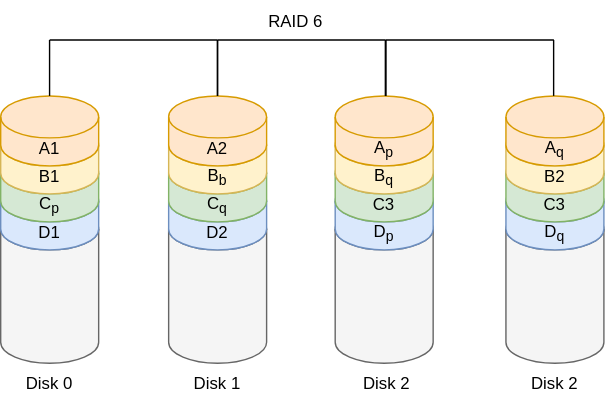
Before: assets/images/hardware/RAID6.svg, a diagram exported from draw.io (ucycg/ucycg.github.io). Source tidied: cells renumbered, new cells last; positions are measured from the earlier drawing's top-left corner, leaving out a move shared by most shapes.
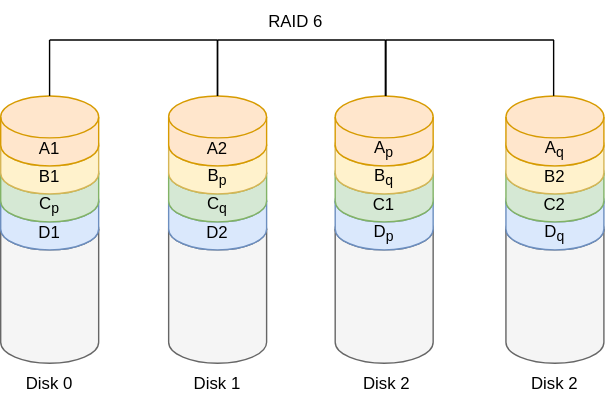
Above is the later version.

Commit message:
Fix RAID documentation: update RAID table and correct RAID5/RAID6 diagrams

What changed in the source:
```diff
@@ -26,7 +26,7 @@
     <mxCell id="9" value="C&lt;sub&gt;q&lt;/sub&gt;" style="shape=cylinder3;whiteSpace=wrap;html=1;boundedLbl=1;backgroundOutline=1;size=15;fillColor=#d5e8d4;strokeColor=#82b366;" parent="1" vertex="1">
       <mxGeometry x="120" y="108" width="70" height="50" as="geometry" />
     </mxCell>
-    <mxCell id="10" value="B&lt;sub&gt;b&lt;/sub&gt;" style="shape=cylinder3;whiteSpace=wrap;html=1;boundedLbl=1;backgroundOutline=1;size=15;fillColor=#fff2cc;strokeColor=#d6b656;" parent="1" vertex="1">
+    <mxCell id="10" value="B&lt;sub&gt;p&lt;/sub&gt;" style="shape=cylinder3;whiteSpace=wrap;html=1;boundedLbl=1;backgroundOutline=1;size=15;fillColor=#fff2cc;strokeColor=#d6b656;" parent="1" vertex="1">
       <mxGeometry x="120" y="88" width="70" height="50" as="geometry" />
     </mxCell>
     <mxCell id="11" value="A2" style="shape=cylinder3;whiteSpace=wrap;html=1;boundedLbl=1;backgroundOutline=1;size=15;fillColor=#ffe6cc;strokeColor=#d79b00;" parent="1" vertex="1">
@@ -65,7 +65,7 @@
     <mxCell id="19" value="D&lt;sub&gt;p&lt;/sub&gt;" style="shape=cylinder3;whiteSpace=wrap;html=1;boundedLbl=1;backgroundOutline=1;size=15;fillColor=#dae8fc;strokeColor=#6c8ebf;" parent="1" vertex="1">
       <mxGeometry x="239" y="128" width="70" height="50" as="geometry" />
     </mxCell>
-    <mxCell id="20" value="C3" style="shape=cylinder3;whiteSpace=wrap;html=1;boundedLbl=1;backgroundOutline=1;size=15;fillColor=#d5e8d4;strokeColor=#82b366;" parent="1" vertex="1">
+    <mxCell id="20" value="C1" style="shape=cylinder3;whiteSpace=wrap;html=1;boundedLbl=1;backgroundOutline=1;size=15;fillColor=#d5e8d4;strokeColor=#82b366;" parent="1" vertex="1">
       <mxGeometry x="239" y="108" width="70" height="50" as="geometry" />
     </mxCell>
     <mxCell id="21" value="B&lt;sub&gt;q&lt;/sub&gt;" style="shape=cylinder3;whiteSpace=wrap;html=1;boundedLbl=1;backgroundOutline=1;size=15;fillColor=#fff2cc;strokeColor=#d6b656;" parent="1" vertex="1">
@@ -101,7 +101,7 @@
     <mxCell id="28" value="D&lt;sub&gt;q&lt;/sub&gt;" style="shape=cylinder3;whiteSpace=wrap;html=1;boundedLbl=1;backgroundOutline=1;size=15;fillColor=#dae8fc;strokeColor=#6c8ebf;" parent="1" vertex="1">
       <mxGeometry x="361" y="128" width="70" height="50" as="geometry" />
     </mxCell>
-    <mxCell id="29" value="C3" style="shape=cylinder3;whiteSpace=wrap;html=1;boundedLbl=1;backgroundOutline=1;size=15;fillColor=#d5e8d4;strokeColor=#82b366;" parent="1" vertex="1">
+    <mxCell id="29" value="C2" style="shape=cylinder3;whiteSpace=wrap;html=1;boundedLbl=1;backgroundOutline=1;size=15;fillColor=#d5e8d4;strokeColor=#82b366;" parent="1" vertex="1">
       <mxGeometry x="361" y="108" width="70" height="50" as="geometry" />
     </mxCell>
     <mxCell id="30" value="B2" style="shape=cylinder3;whiteSpace=wrap;html=1;boundedLbl=1;backgroundOutline=1;size=15;fillColor=#fff2cc;strokeColor=#d6b656;" parent="1" vertex="1">
```
